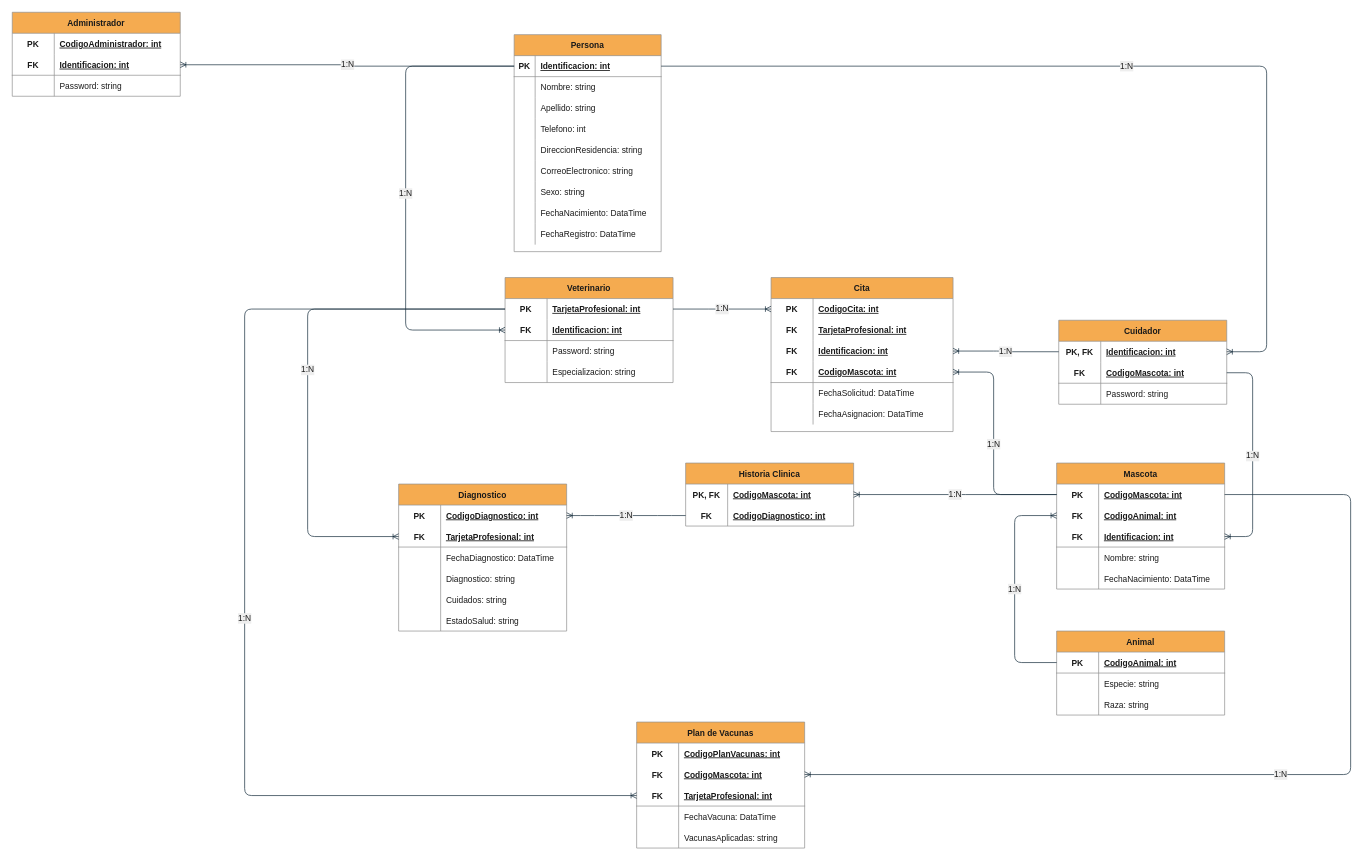
This is page "Entidad relacion" (3 of 3) of Diagramas.drawio from juandabi/teleVeterinaria, a draw.io file, before an edit. Source tidied: cells renumbered, new cells numbered last; positions are measured from the earlier drawing's top-left corner, leaving out a move shared by most shapes. Both pictures are drawn from the tidied source at 70%, with x=0, y=0 at pixel (12, 12).
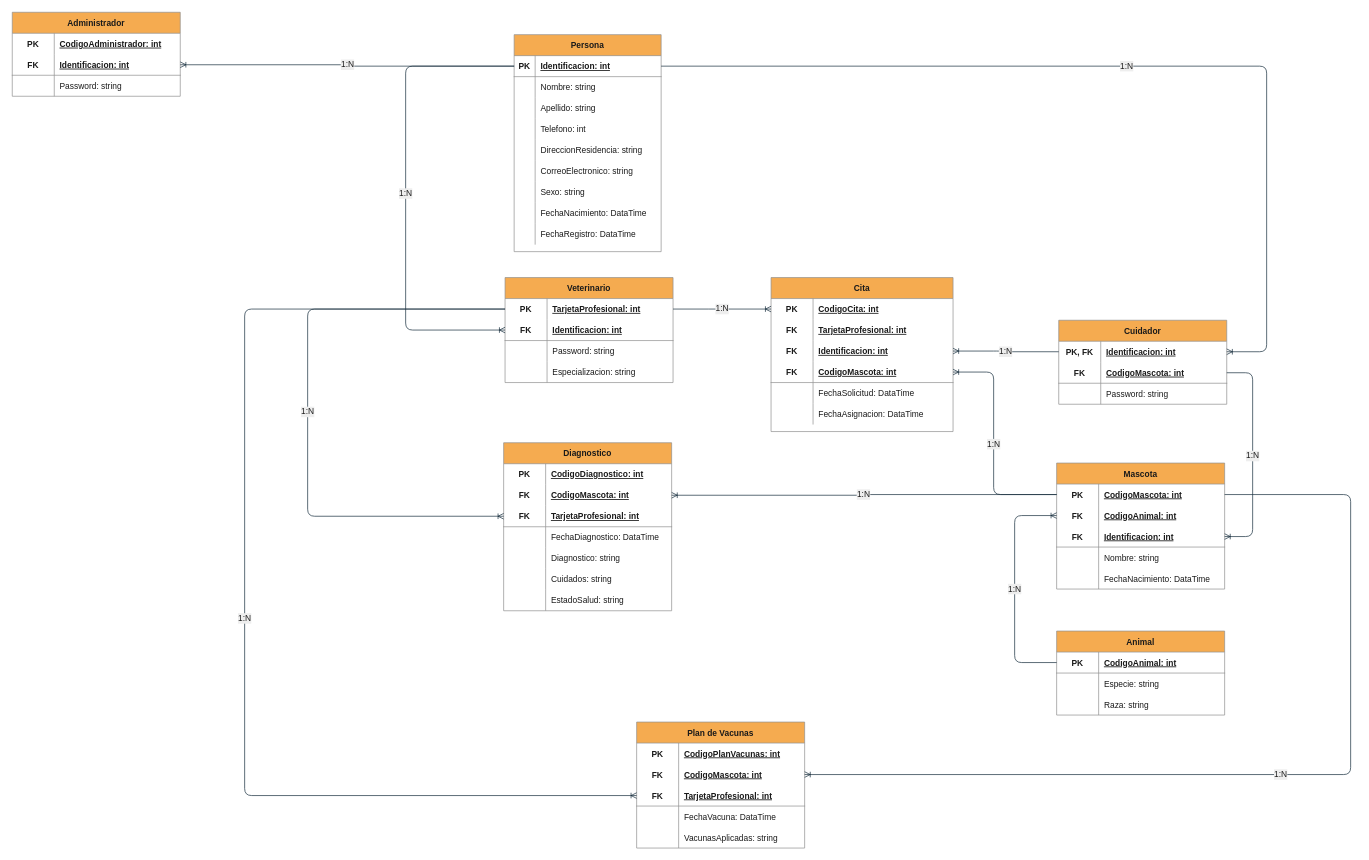
The same page after the edit.

Commit message (it also covers changes not shown here):
Elimino historia clinica del diagrama

The change refers to these unchanged cells:
```xml
<mxCell id="64" style="shape=partialRectangle;fillColor=none;top=0;left=0;bottom=0;right=0;points=[[0,0.5],[1,0.5]];portConstraint=eastwest;strokeColor=#909090;fontColor=#1A1A1A;" parent="63" vertex="1">
  <mxGeometry y="30" width="240" height="30" as="geometry" />
</mxCell>
<mxCell id="106" style="shape=partialRectangle;fillColor=none;top=0;left=0;bottom=0;right=0;points=[[0,0.5],[1,0.5]];portConstraint=eastwest;strokeColor=#909090;fontColor=#1A1A1A;" parent="105" vertex="1">
  <mxGeometry y="30" width="240" height="30" as="geometry" />
</mxCell>
```

Change to the diagram source:
```diff
@@
-    <mxCell id="98" value="Historia Clinica" style="shape=table;startSize=30;childLayout=tableLayout;rowLines=0;fontStyle=1;align=center;fillColor=#F5AB50;strokeColor=#909090;fontColor=#1A1A1A;" parent="1" vertex="1">
-      <mxGeometry x="962" y="644" width="240" height="90" as="geometry" />
-    </mxCell>
-    <mxCell id="99" style="shape=partialRectangle;fillColor=none;top=0;left=0;bottom=0;right=0;points=[[0,0.5],[1,0.5]];portConstraint=eastwest;strokeColor=#909090;fontColor=#1A1A1A;" parent="98" vertex="1">
-      <mxGeometry y="30" width="240" height="30" as="geometry" />
-    </mxCell>
-    <mxCell id="100" value="PK, FK" style="shape=partialRectangle;fillColor=none;top=0;left=0;bottom=0;right=0;fontStyle=1;overflow=hidden;strokeColor=#909090;fontColor=#1A1A1A;" parent="99" vertex="1">
-      <mxGeometry width="60" height="30" as="geometry" />
-    </mxCell>
-    <mxCell id="101" value="CodigoMascota: int" style="shape=partialRectangle;fillColor=none;top=0;left=0;bottom=0;right=0;align=left;spacingLeft=6;fontStyle=5;overflow=hidden;strokeColor=#909090;fontColor=#1A1A1A;" parent="99" vertex="1">
-      <mxGeometry x="60" width="180" height="30" as="geometry" />
-    </mxCell>
-    <mxCell id="102" style="shape=partialRectangle;fillColor=none;top=0;left=0;bottom=0;right=0;points=[[0,0.5],[1,0.5]];portConstraint=eastwest;strokeColor=#909090;fontColor=#1A1A1A;" parent="98" vertex="1">
-      <mxGeometry y="60" width="240" height="30" as="geometry" />
-    </mxCell>
-    <mxCell id="103" value="FK" style="shape=partialRectangle;fillColor=none;top=0;left=0;bottom=0;right=0;fontStyle=1;overflow=hidden;strokeColor=#909090;fontColor=#1A1A1A;" parent="102" vertex="1">
-      <mxGeometry width="60" height="30" as="geometry" />
-    </mxCell>
-    <mxCell id="104" value="CodigoDiagnostico: int" style="shape=partialRectangle;fillColor=none;top=0;left=0;bottom=0;right=0;align=left;spacingLeft=6;fontStyle=5;overflow=hidden;strokeColor=#909090;fontColor=#1A1A1A;" parent="102" vertex="1">
-      <mxGeometry x="60" width="180" height="30" as="geometry" />
-    </mxCell>
     <mxCell id="105" value="Diagnostico" style="shape=table;startSize=30;childLayout=tableLayout;rowLines=0;fontStyle=1;align=center;fillColor=#F5AB50;strokeColor=#909090;fontColor=#1A1A1A;" parent="1" vertex="1">
-      <mxGeometry x="552" y="674" width="240" height="210" as="geometry" />
+      <mxGeometry x="702" y="615" width="240" height="240" as="geometry" />
     </mxCell>
@@
+    <mxCell id="102" style="shape=partialRectangle;fillColor=none;top=0;left=0;bottom=0;right=0;points=[[0,0.5],[1,0.5]];portConstraint=eastwest;strokeColor=#909090;fontColor=#1A1A1A;" parent="105" vertex="1">
+      <mxGeometry y="60" width="240" height="30" as="geometry" />
+    </mxCell>
+    <mxCell id="103" value="FK" style="shape=partialRectangle;fillColor=none;top=0;left=0;bottom=0;right=0;fontStyle=1;overflow=hidden;strokeColor=#909090;fontColor=#1A1A1A;" parent="102" vertex="1">
+      <mxGeometry width="60" height="30" as="geometry" />
+    </mxCell>
+    <mxCell id="101" value="CodigoMascota: int" style="shape=partialRectangle;fillColor=none;top=0;left=0;bottom=0;right=0;align=left;spacingLeft=6;fontStyle=5;overflow=hidden;strokeColor=#909090;fontColor=#1A1A1A;" parent="102" vertex="1">
+      <mxGeometry x="60" width="180" height="30" as="geometry" />
+    </mxCell>
     <mxCell id="109" style="shape=partialRectangle;fillColor=none;top=0;left=0;bottom=1;right=0;points=[[0,0.5],[1,0.5]];portConstraint=eastwest;strokeColor=#909090;fontColor=#1A1A1A;" parent="105" vertex="1">
-      <mxGeometry y="60" width="240" height="30" as="geometry" />
+      <mxGeometry y="90" width="240" height="30" as="geometry" />
     </mxCell>
@@
     <mxCell id="112" style="shape=partialRectangle;fillColor=none;top=0;left=0;bottom=0;right=0;strokeColor=#909090;fontColor=#1A1A1A;" parent="105" vertex="1">
-      <mxGeometry y="90" width="240" height="30" as="geometry" />
+      <mxGeometry y="120" width="240" height="30" as="geometry" />
     </mxCell>
@@
     <mxCell id="115" style="shape=partialRectangle;fillColor=none;top=0;left=0;bottom=0;right=0;strokeColor=#909090;fontColor=#1A1A1A;" parent="105" vertex="1">
-      <mxGeometry y="120" width="240" height="30" as="geometry" />
+      <mxGeometry y="150" width="240" height="30" as="geometry" />
     </mxCell>
@@
     <mxCell id="118" style="shape=partialRectangle;fillColor=none;top=0;left=0;bottom=0;right=0;strokeColor=#909090;fontColor=#1A1A1A;" parent="105" vertex="1">
-      <mxGeometry y="150" width="240" height="30" as="geometry" />
+      <mxGeometry y="180" width="240" height="30" as="geometry" />
     </mxCell>
@@
     <mxCell id="121" style="shape=partialRectangle;fillColor=none;top=0;left=0;bottom=0;right=0;strokeColor=#909090;fontColor=#1A1A1A;" parent="105" vertex="1">
-      <mxGeometry y="180" width="240" height="30" as="geometry" />
+      <mxGeometry y="210" width="240" height="30" as="geometry" />
     </mxCell>
@@
-    <mxCell id="158" value="1:N" style="edgeStyle=elbowEdgeStyle;fontSize=12;html=1;endArrow=ERoneToMany;exitX=0;exitY=0.5;exitDx=0;exitDy=0;entryX=1;entryY=0.5;entryDx=0;entryDy=0;labelBackgroundColor=#EEEEEE;strokeColor=#182E3E;fontColor=#1A1A1A;" parent="1" edge="1" source="64" target="99">
+    <mxCell id="158" value="1:N" style="edgeStyle=elbowEdgeStyle;fontSize=12;html=1;endArrow=ERoneToMany;exitX=0;exitY=0.5;exitDx=0;exitDy=0;entryX=1;entryY=0.5;entryDx=0;entryDy=0;labelBackgroundColor=#EEEEEE;strokeColor=#182E3E;fontColor=#1A1A1A;" parent="1" edge="1" source="64" target="102">
       <mxGeometry relative="1" as="geometry">
         <Array as="points">
-          <mxPoint x="1352" y="689" />
+          <mxPoint x="1216" y="689" />
         </Array>
       </mxGeometry>
     </mxCell>
@@
-    <mxCell id="162" value="1:N" style="edgeStyle=entityRelationEdgeStyle;fontSize=12;html=1;endArrow=ERoneToMany;entryX=1;entryY=0.5;entryDx=0;entryDy=0;exitX=0;exitY=0.5;exitDx=0;exitDy=0;labelBackgroundColor=#EEEEEE;strokeColor=#182E3E;fontColor=#1A1A1A;" parent="1" edge="1" source="102" target="106">
-      <mxGeometry relative="1" as="geometry" />
-    </mxCell>
```
